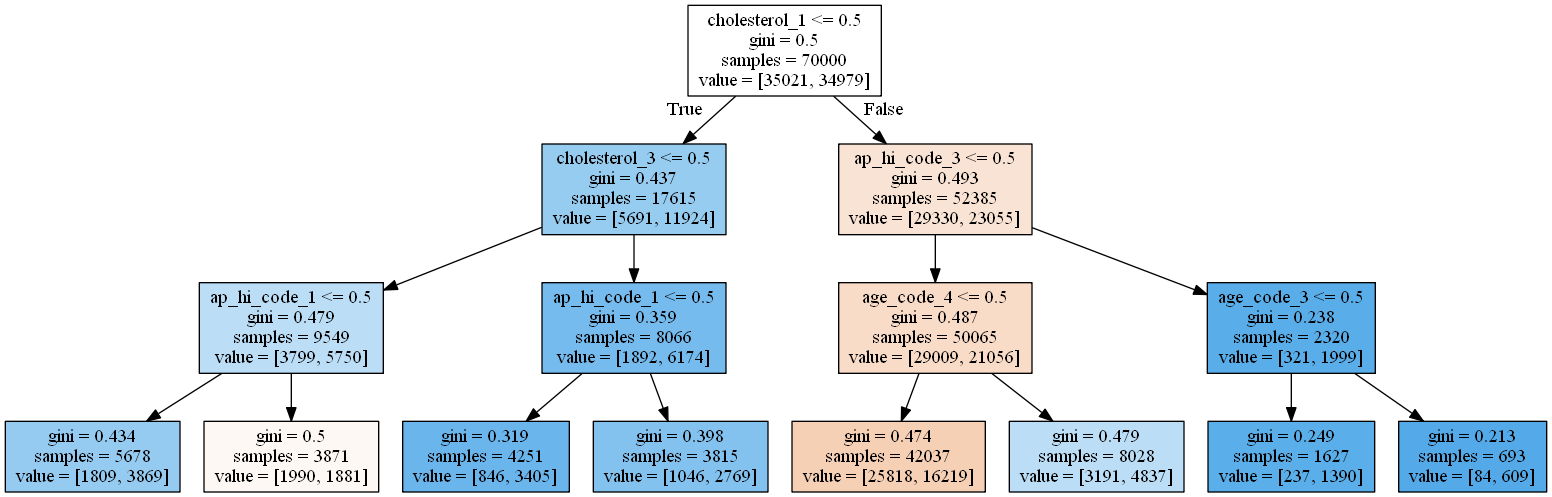
Above: img/hw_t5_tree.png in genmih/mlcourse_open (Graphviz), before the change. Its source is kept beside it as img/hw_t5_tree.dot. Its diagram source:
```dot
digraph Tree {
node [shape=box, style="filled", color="black"] ;
0 [label="cholesterol_1 <= 0.5\ngini = 0.5\nsamples = 70000\nvalue = [35021, 34979]", fillcolor="#e5813900"] ;
1 [label="cholesterol_3 <= 0.5\ngini = 0.437\nsamples = 17615\nvalue = [5691, 11924]", fillcolor="#399de585"] ;
0 -> 1 [labeldistance=2.5, labelangle=45, headlabel="True"] ;
2 [label="ap_hi_code_1 <= 0.5\ngini = 0.479\nsamples = 9549\nvalue = [3799, 5750]", fillcolor="#399de557"] ;
1 -> 2 ;
3 [label="gini = 0.434\nsamples = 5678\nvalue = [1809, 3869]", fillcolor="#399de588"] ;
2 -> 3 ;
4 [label="gini = 0.5\nsamples = 3871\nvalue = [1990, 1881]", fillcolor="#e581390e"] ;
2 -> 4 ;
5 [label="ap_hi_code_1 <= 0.5\ngini = 0.359\nsamples = 8066\nvalue = [1892, 6174]", fillcolor="#399de5b1"] ;
1 -> 5 ;
6 [label="gini = 0.319\nsamples = 4251\nvalue = [846, 3405]", fillcolor="#399de5c0"] ;
5 -> 6 ;
7 [label="gini = 0.398\nsamples = 3815\nvalue = [1046, 2769]", fillcolor="#399de59f"] ;
5 -> 7 ;
8 [label="ap_hi_code_3 <= 0.5\ngini = 0.493\nsamples = 52385\nvalue = [29330, 23055]", fillcolor="#e5813937"] ;
0 -> 8 [labeldistance=2.5, labelangle=-45, headlabel="False"] ;
9 [label="age_code_4 <= 0.5\ngini = 0.487\nsamples = 50065\nvalue = [29009, 21056]", fillcolor="#e5813946"] ;
8 -> 9 ;
10 [label="gini = 0.474\nsamples = 42037\nvalue = [25818, 16219]", fillcolor="#e581395f"] ;
9 -> 10 ;
11 [label="gini = 0.479\nsamples = 8028\nvalue = [3191, 4837]", fillcolor="#399de557"] ;
9 -> 11 ;
12 [label="age_code_3 <= 0.5\ngini = 0.238\nsamples = 2320\nvalue = [321, 1999]", fillcolor="#399de5d6"] ;
8 -> 12 ;
13 [label="gini = 0.249\nsamples = 1627\nvalue = [237, 1390]", fillcolor="#399de5d4"] ;
12 -> 13 ;
14 [label="gini = 0.213\nsamples = 693\nvalue = [84, 609]", fillcolor="#399de5dc"] ;
12 -> 14 ;
}
```
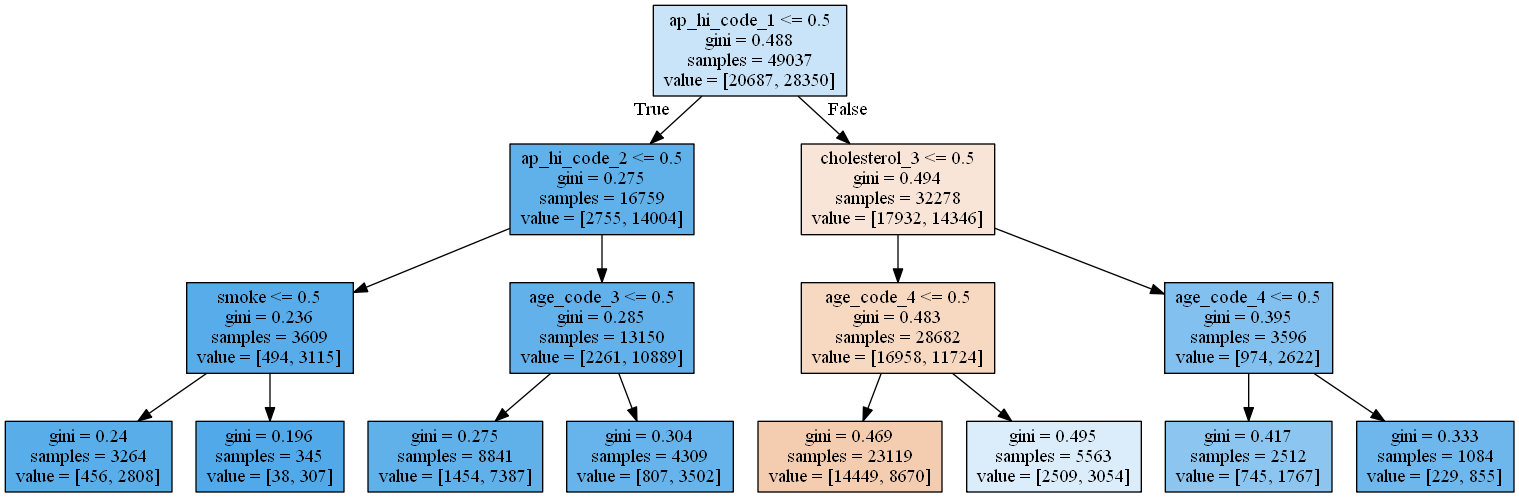
Later version of the same file.

What changed in the source:
```diff
@@ -1,32 +1,32 @@
 digraph Tree {
 node [shape=box, style="filled", color="black"] ;
-0 [label="cholesterol_1 <= 0.5\ngini = 0.5\nsamples = 70000\nvalue = [35021, 34979]", fillcolor="#e5813900"] ;
-1 [label="cholesterol_3 <= 0.5\ngini = 0.437\nsamples = 17615\nvalue = [5691, 11924]", fillcolor="#399de585"] ;
+0 [label="ap_hi_code_1 <= 0.5\ngini = 0.488\nsamples = 49037\nvalue = [20687, 28350]", fillcolor="#399de545"] ;
+1 [label="ap_hi_code_2 <= 0.5\ngini = 0.275\nsamples = 16759\nvalue = [2755, 14004]", fillcolor="#399de5cd"] ;
 0 -> 1 [labeldistance=2.5, labelangle=45, headlabel="True"] ;
-2 [label="ap_hi_code_1 <= 0.5\ngini = 0.479\nsamples = 9549\nvalue = [3799, 5750]", fillcolor="#399de557"] ;
+2 [label="smoke <= 0.5\ngini = 0.236\nsamples = 3609\nvalue = [494, 3115]", fillcolor="#399de5d7"] ;
 1 -> 2 ;
-3 [label="gini = 0.434\nsamples = 5678\nvalue = [1809, 3869]", fillcolor="#399de588"] ;
+3 [label="gini = 0.24\nsamples = 3264\nvalue = [456, 2808]", fillcolor="#399de5d6"] ;
 2 -> 3 ;
-4 [label="gini = 0.5\nsamples = 3871\nvalue = [1990, 1881]", fillcolor="#e581390e"] ;
+4 [label="gini = 0.196\nsamples = 345\nvalue = [38, 307]", fillcolor="#399de5df"] ;
 2 -> 4 ;
-5 [label="ap_hi_code_1 <= 0.5\ngini = 0.359\nsamples = 8066\nvalue = [1892, 6174]", fillcolor="#399de5b1"] ;
+5 [label="age_code_3 <= 0.5\ngini = 0.285\nsamples = 13150\nvalue = [2261, 10889]", fillcolor="#399de5ca"] ;
 1 -> 5 ;
-6 [label="gini = 0.319\nsamples = 4251\nvalue = [846, 3405]", fillcolor="#399de5c0"] ;
+6 [label="gini = 0.275\nsamples = 8841\nvalue = [1454, 7387]", fillcolor="#399de5cd"] ;
 5 -> 6 ;
-7 [label="gini = 0.398\nsamples = 3815\nvalue = [1046, 2769]", fillcolor="#399de59f"] ;
+7 [label="gini = 0.304\nsamples = 4309\nvalue = [807, 3502]", fillcolor="#399de5c4"] ;
 5 -> 7 ;
-8 [label="ap_hi_code_3 <= 0.5\ngini = 0.493\nsamples = 52385\nvalue = [29330, 23055]", fillcolor="#e5813937"] ;
+8 [label="cholesterol_3 <= 0.5\ngini = 0.494\nsamples = 32278\nvalue = [17932, 14346]", fillcolor="#e5813933"] ;
 0 -> 8 [labeldistance=2.5, labelangle=-45, headlabel="False"] ;
-9 [label="age_code_4 <= 0.5\ngini = 0.487\nsamples = 50065\nvalue = [29009, 21056]", fillcolor="#e5813946"] ;
+9 [label="age_code_4 <= 0.5\ngini = 0.483\nsamples = 28682\nvalue = [16958, 11724]", fillcolor="#e581394f"] ;
 8 -> 9 ;
-10 [label="gini = 0.474\nsamples = 42037\nvalue = [25818, 16219]", fillcolor="#e581395f"] ;
+10 [label="gini = 0.469\nsamples = 23119\nvalue = [14449, 8670]", fillcolor="#e5813966"] ;
 9 -> 10 ;
-11 [label="gini = 0.479\nsamples = 8028\nvalue = [3191, 4837]", fillcolor="#399de557"] ;
+11 [label="gini = 0.495\nsamples = 5563\nvalue = [2509, 3054]", fillcolor="#399de52e"] ;
 9 -> 11 ;
-12 [label="age_code_3 <= 0.5\ngini = 0.238\nsamples = 2320\nvalue = [321, 1999]", fillcolor="#399de5d6"] ;
+12 [label="age_code_4 <= 0.5\ngini = 0.395\nsamples = 3596\nvalue = [974, 2622]", fillcolor="#399de5a0"] ;
 8 -> 12 ;
-13 [label="gini = 0.249\nsamples = 1627\nvalue = [237, 1390]", fillcolor="#399de5d4"] ;
+13 [label="gini = 0.417\nsamples = 2512\nvalue = [745, 1767]", fillcolor="#399de593"] ;
 12 -> 13 ;
-14 [label="gini = 0.213\nsamples = 693\nvalue = [84, 609]", fillcolor="#399de5dc"] ;
+14 [label="gini = 0.333\nsamples = 1084\nvalue = [229, 855]", fillcolor="#399de5bb"] ;
 12 -> 14 ;
 }
```
